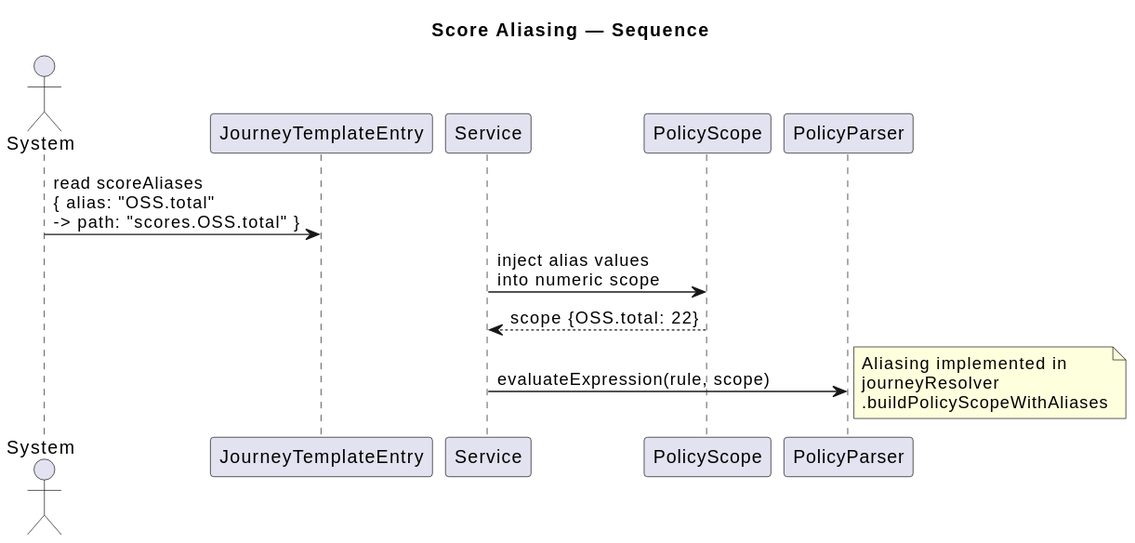
Earlier version of the PlantUML export docs/diagrams/score-aliasing.svg (gforge/DUK).
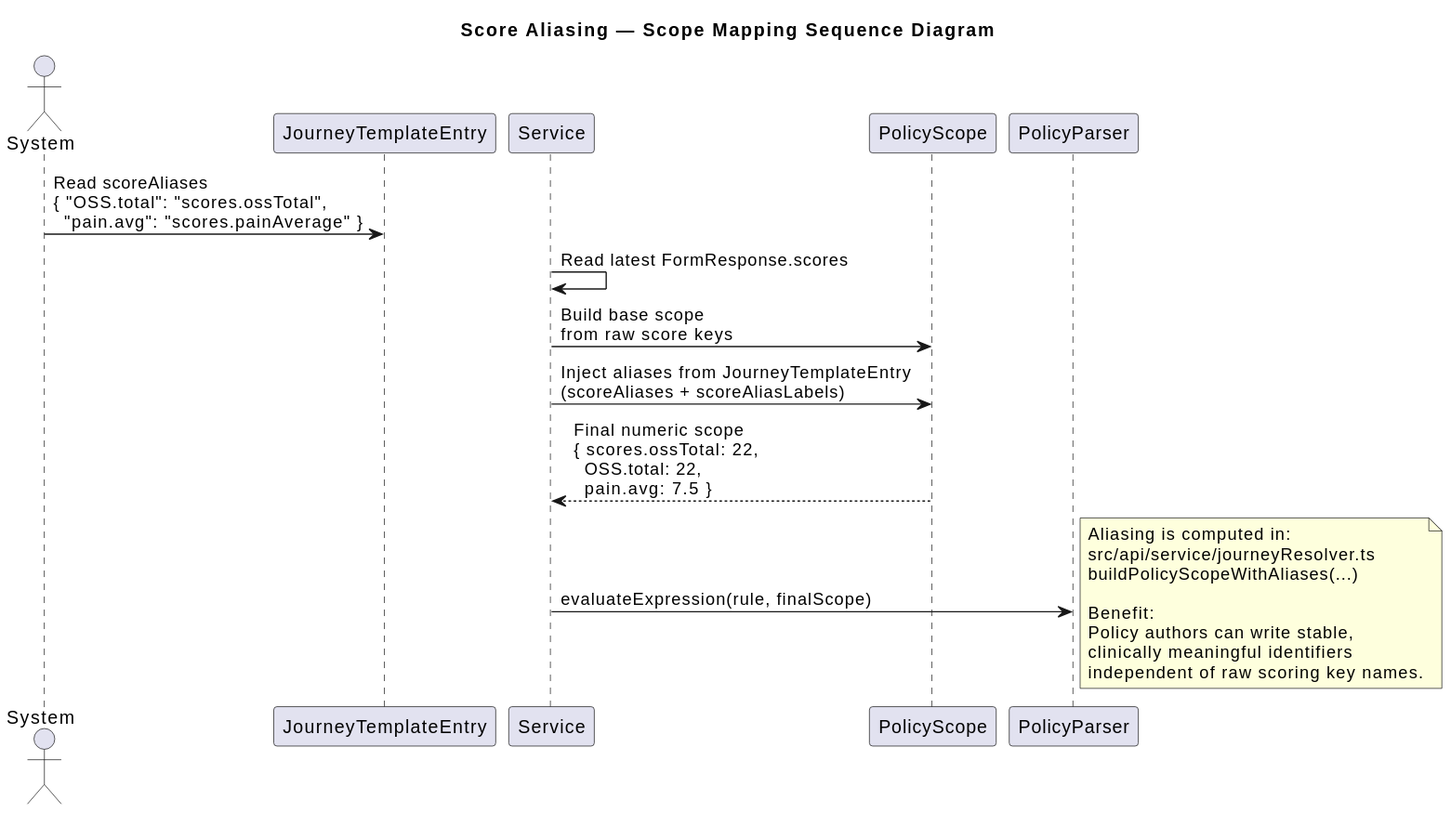
After the commit.

Change to the diagram source:
```diff
@@ -1,19 +1,26 @@
 @startuml
-title Score Aliasing — Sequence
+title Score Aliasing — Scope Mapping Sequence Diagram
 
 actor System
 participant "JourneyTemplateEntry" as Entry
 participant "Service" as Service
 participant "PolicyScope" as Scope
 
-System -> Entry : read scoreAliases\n{ alias: "OSS.total"\n-> path: "scores.OSS.total" }
-Service -> Scope : inject alias values\ninto numeric scope
-Scope --> Service : scope {OSS.total: 22}
-Service -> PolicyParser : evaluateExpression(rule, scope)
+System -> Entry : Read scoreAliases\n{ "OSS.total": "scores.ossTotal",\n  "pain.avg": "scores.painAverage" }
+Service -> Service : Read latest FormResponse.scores
+Service -> Scope : Build base scope\nfrom raw score keys
+Service -> Scope : Inject aliases from JourneyTemplateEntry\n(scoreAliases + scoreAliasLabels)
+Scope --> Service : Final numeric scope\n{ scores.ossTotal: 22,\n  OSS.total: 22,\n  pain.avg: 7.5 }
+Service -> PolicyParser : evaluateExpression(rule, finalScope)
 
 note right
-  Aliasing implemented in
-  journeyResolver
-  .buildPolicyScopeWithAliases
+  Aliasing is computed in:
+  src/api/service/journeyResolver.ts
+  buildPolicyScopeWithAliases(...)
+
+  Benefit:
+  Policy authors can write stable,
+  clinically meaningful identifiers
+  independent of raw scoring key names.
 end note
 @enduml
```
